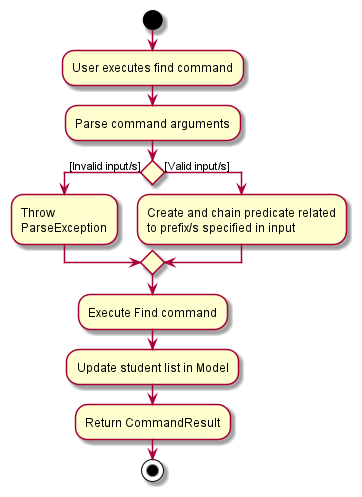
This is docs/images/FindCommandActivityDiagram.png from tenebrius1/tp, a PlantUML export, as it was before one commit. The source it was exported from:
```plantuml
@startuml
start
:User executes find command;
:Parse command arguments;

if () then ([Invalid input/s])
    :Throw \nParseException;
else ([Valid input/s])
    :Create and chain predicate related
    to prefix/s specified in input;

endif
    :Execute Find command;
    :Update student list in Model;
    :Return CommandResult;
stop
@enduml
```
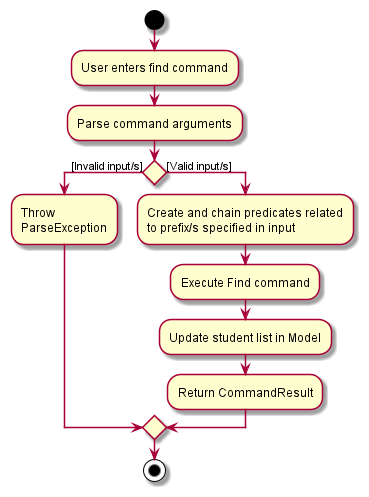
Later version of the same file.

What changed in the source:
```diff
@@ -1,17 +1,18 @@
 @startuml
 start
-:User executes find command;
+:User enters find command;
 :Parse command arguments;
 
 if () then ([Invalid input/s])
     :Throw \nParseException;
 else ([Valid input/s])
-    :Create and chain predicate related
+    :Create and chain predicates related
     to prefix/s specified in input;
-
-endif
     :Execute Find command;
     :Update student list in Model;
     :Return CommandResult;
+
+endif
+
 stop
 @enduml
```
